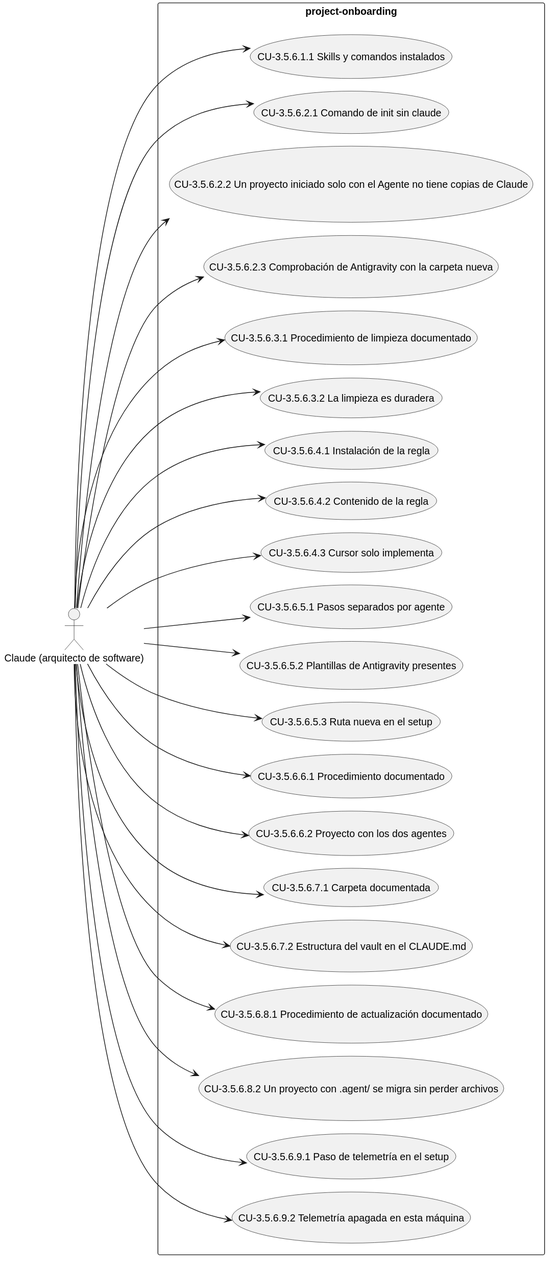
This is docs/diagramas/CAP-3.5.6.svg from Lautaro-Montecchiani/sdd-global-config, a PlantUML export, as it was before one commit.
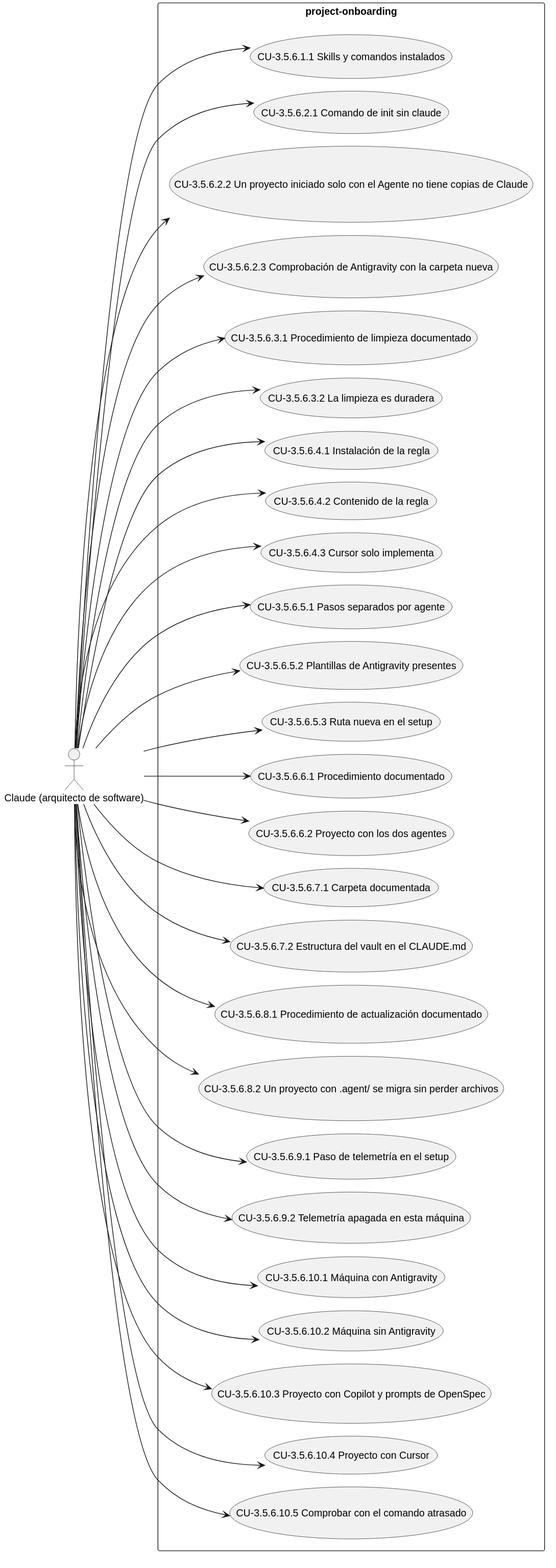
The same file after the commit.

Change to the diagram source:
```diff
@@ -23,6 +23,11 @@
   usecase "CU-3.5.6.8.2 Un proyecto con .agent/ se migra sin perder archivos" as UC_3_5_6_8_2
   usecase "CU-3.5.6.9.1 Paso de telemetría en el setup" as UC_3_5_6_9_1
   usecase "CU-3.5.6.9.2 Telemetría apagada en esta máquina" as UC_3_5_6_9_2
+  usecase "CU-3.5.6.10.1 Máquina con Antigravity" as UC_3_5_6_10_1
+  usecase "CU-3.5.6.10.2 Máquina sin Antigravity" as UC_3_5_6_10_2
+  usecase "CU-3.5.6.10.3 Proyecto con Copilot y prompts de OpenSpec" as UC_3_5_6_10_3
+  usecase "CU-3.5.6.10.4 Proyecto con Cursor" as UC_3_5_6_10_4
+  usecase "CU-3.5.6.10.5 Comprobar con el comando atrasado" as UC_3_5_6_10_5
 }
 A1 --> UC_3_5_6_1_1
 A1 --> UC_3_5_6_2_1
@@ -44,4 +49,9 @@
 A1 --> UC_3_5_6_8_2
 A1 --> UC_3_5_6_9_1
 A1 --> UC_3_5_6_9_2
+A1 --> UC_3_5_6_10_1
+A1 --> UC_3_5_6_10_2
+A1 --> UC_3_5_6_10_3
+A1 --> UC_3_5_6_10_4
+A1 --> UC_3_5_6_10_5
 @enduml
```
